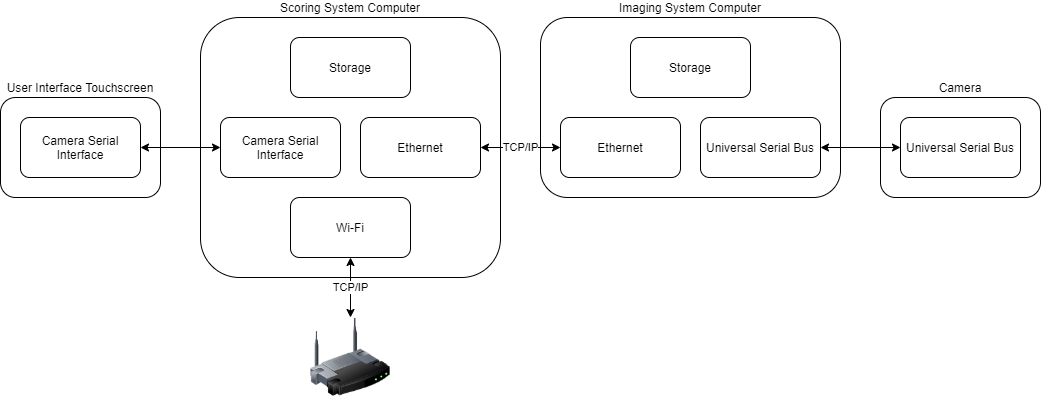
kparlak/dart-scoring-system keeps this draw.io diagram as documentation/Interface_Diagram.png. Above is the earlier version. Source tidied: cells renumbered, new cells last; positions are measured from the earlier drawing's top-left corner, leaving out a move shared by most shapes.
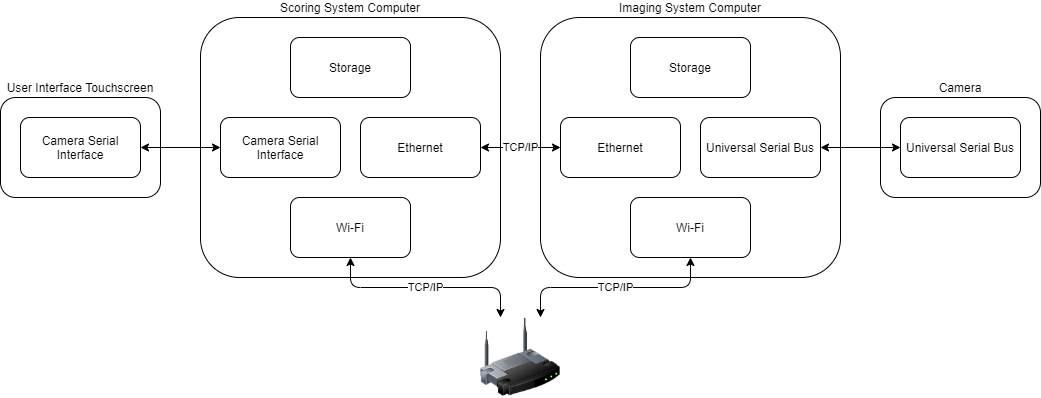
After the commit.

Diff of the diagram source:
```diff
@@ -3,7 +3,7 @@
     <mxCell id="0" />
     <mxCell id="1" parent="0" />
     <mxCell id="2" value="Imaging System Computer" style="rounded=1;whiteSpace=wrap;html=1;labelPosition=center;verticalLabelPosition=top;align=center;verticalAlign=bottom;" parent="1" vertex="1">
-      <mxGeometry x="540" width="300" height="180" as="geometry" />
+      <mxGeometry x="540" width="300" height="260" as="geometry" />
     </mxCell>
     <mxCell id="3" value="Ethernet" style="rounded=1;whiteSpace=wrap;html=1;" parent="1" vertex="1">
       <mxGeometry x="560" y="100" width="120" height="60" as="geometry" />
@@ -23,7 +23,7 @@
     <mxCell id="8" value="Camera Serial Interface" style="rounded=1;whiteSpace=wrap;html=1;" parent="1" vertex="1">
       <mxGeometry x="20" y="100" width="120" height="60" as="geometry" />
     </mxCell>
-    <mxCell id="9" value="TCP/IP" style="edgeStyle=orthogonalEdgeStyle;rounded=1;jettySize=auto;html=1;exitX=0.5;exitY=1;exitDx=0;exitDy=0;entryX=0.5;entryY=0;entryDx=0;entryDy=0;startArrow=classic;startFill=1;strokeColor=#000000;" parent="1" edge="1" source="10" target="15">
+    <mxCell id="9" value="TCP/IP" style="edgeStyle=orthogonalEdgeStyle;rounded=1;jettySize=auto;html=1;exitX=0.5;exitY=1;exitDx=0;exitDy=0;entryX=0.25;entryY=0;entryDx=0;entryDy=0;startArrow=classic;startFill=1;strokeColor=#000000;" parent="1" edge="1" source="10" target="15">
       <mxGeometry relative="1" as="geometry" />
     </mxCell>
     <mxCell id="10" value="Wi-Fi" style="rounded=1;whiteSpace=wrap;html=1;" parent="1" vertex="1">
@@ -42,7 +42,7 @@
       <mxGeometry x="630" y="20" width="120" height="60" as="geometry" />
     </mxCell>
     <mxCell id="15" style="image;html=1;image=img/lib/clip_art/networking/Wireless_Router_128x128.png;" parent="1" vertex="1">
-      <mxGeometry x="310" y="300" width="80" height="80" as="geometry" />
+      <mxGeometry x="480" y="300" width="80" height="80" as="geometry" />
     </mxCell>
     <mxCell id="16" value="Camera" style="rounded=1;whiteSpace=wrap;html=1;labelPosition=center;verticalLabelPosition=top;align=center;verticalAlign=bottom;" parent="1" vertex="1">
       <mxGeometry x="880" y="80" width="160" height="100" as="geometry" />
@@ -56,5 +56,11 @@
     <mxCell id="19" value="Universal Serial Bus" style="rounded=1;whiteSpace=wrap;html=1;" parent="1" vertex="1">
       <mxGeometry x="700" y="100" width="120" height="60" as="geometry" />
     </mxCell>
+    <mxCell id="20" value="Wi-Fi" style="rounded=1;whiteSpace=wrap;html=1;" parent="1" vertex="1">
+      <mxGeometry x="630" y="180" width="120" height="60" as="geometry" />
+    </mxCell>
+    <mxCell id="21" value="TCP/IP" style="edgeStyle=orthogonalEdgeStyle;rounded=1;jettySize=auto;html=1;exitX=0.5;exitY=1;exitDx=0;exitDy=0;entryX=0.75;entryY=0;entryDx=0;entryDy=0;startArrow=classic;startFill=1;strokeColor=#000000;" parent="1" edge="1" source="20" target="15">
+      <mxGeometry relative="1" as="geometry" />
+    </mxCell>
   </root>
 </mxGraphModel>
```
